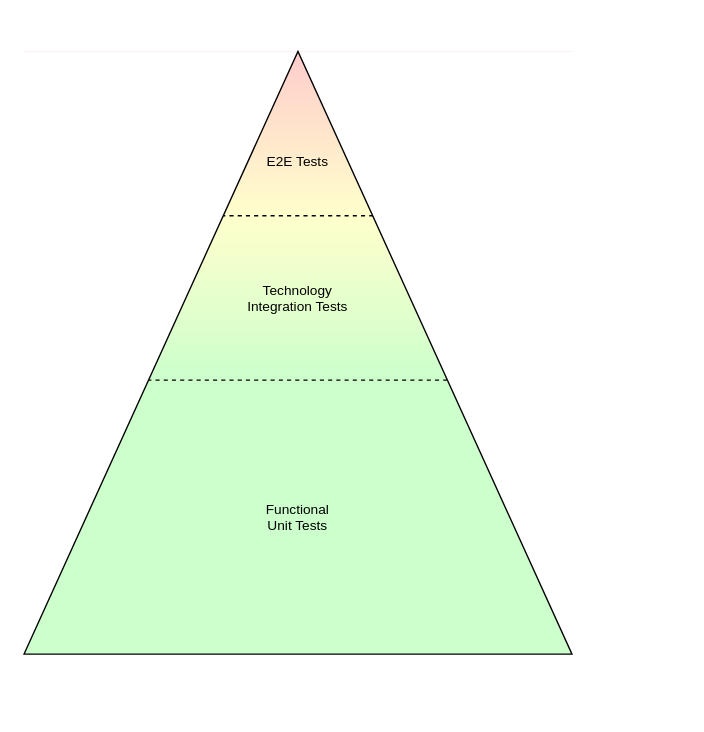
Above: assets/pyramide.drawio in test-automation-in-practice/cnt-spring-boot (draw.io), before the change. Source tidied: cells renumbered, new cells numbered last; positions are measured from the earlier drawing's top-left corner, leaving out a move shared by most shapes. Both pictures are drawn from the tidied source at 137%, with x=0, y=0 at pixel (23, 51).
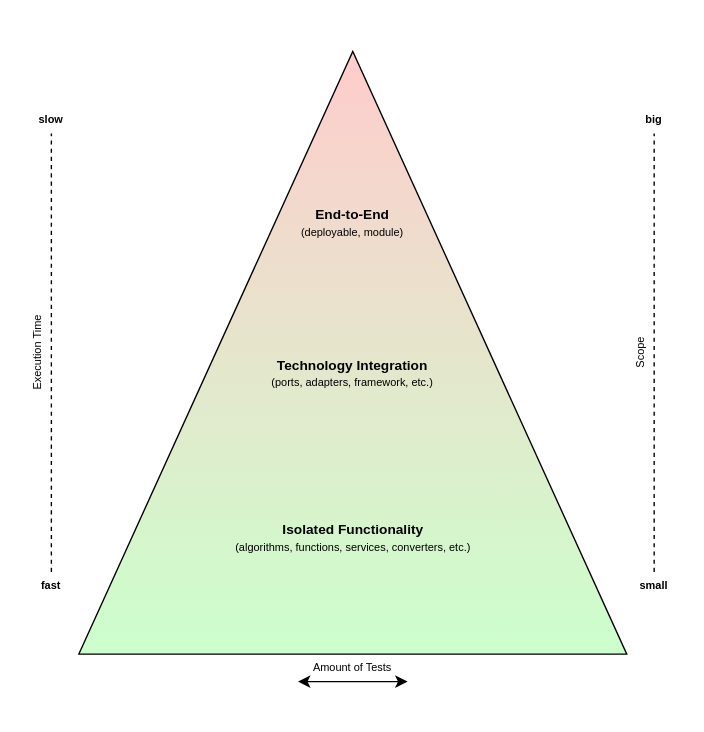
After the change.

Commit message (it also covers changes not shown here):
update spring boot pyramide

The edit, as a diff of the source:
```diff
@@
 <mxGraphModel>
   <root>
     <mxCell id="0" />
     <mxCell id="1" parent="0" />
-    <mxCell id="2" style="rounded=0;whiteSpace=wrap;html=1;strokeColor=none;fillColor=#FFCCCC;gradientColor=#FFFFCC;" parent="1" vertex="1">
-      <mxGeometry width="400" height="120" as="geometry" />
-    </mxCell>
-    <mxCell id="3" style="rounded=0;whiteSpace=wrap;html=1;strokeColor=none;fillColor=#FFFFCC;gradientColor=#CCFFCC;" parent="1" vertex="1">
-      <mxGeometry y="120" width="400" height="120" as="geometry" />
-    </mxCell>
-    <mxCell id="4" style="rounded=0;whiteSpace=wrap;html=1;strokeColor=none;gradientColor=#CCFFCC;fillColor=#CCFFCC;" parent="1" vertex="1">
-      <mxGeometry y="240" width="400" height="200" as="geometry" />
-    </mxCell>
-    <mxCell id="5" value="Functional &lt;br&gt;Unit Tests" style="text;html=1;strokeColor=none;fillColor=none;align=center;verticalAlign=middle;whiteSpace=wrap;rounded=0;fontSize=10;" parent="1" vertex="1">
-      <mxGeometry x="120" y="320" width="160" height="40" as="geometry" />
-    </mxCell>
-    <mxCell id="6" style="endArrow=none;dashed=1;html=1;" parent="1" edge="1">
-      <mxGeometry relative="1" as="geometry">
-        <mxPoint y="240" as="sourcePoint" />
-        <mxPoint x="400" y="240" as="targetPoint" />
-      </mxGeometry>
-    </mxCell>
-    <mxCell id="7" value="Technology&lt;br&gt;Integration Tests" style="text;html=1;strokeColor=none;fillColor=none;align=center;verticalAlign=middle;whiteSpace=wrap;rounded=0;fontSize=10;" parent="1" vertex="1">
-      <mxGeometry x="120" y="160" width="160" height="40" as="geometry" />
-    </mxCell>
-    <mxCell id="8" value="E2E Tests" style="text;html=1;strokeColor=none;fillColor=none;align=center;verticalAlign=middle;whiteSpace=wrap;rounded=0;fontSize=10;" parent="1" vertex="1">
-      <mxGeometry x="120" y="60" width="160" height="40" as="geometry" />
-    </mxCell>
-    <mxCell id="9" style="endArrow=none;dashed=1;html=1;" parent="1" edge="1">
-      <mxGeometry relative="1" as="geometry">
-        <mxPoint y="120" as="sourcePoint" />
-        <mxPoint x="400" y="120" as="targetPoint" />
-      </mxGeometry>
-    </mxCell>
-    <mxCell id="10" style="verticalLabelPosition=bottom;verticalAlign=top;html=1;shape=mxgraph.basic.obtuse_triangle;dx=0;rotation=-180;strokeColor=none;" parent="1" vertex="1">
-      <mxGeometry x="200" width="200" height="440" as="geometry" />
-    </mxCell>
-    <mxCell id="11" style="verticalLabelPosition=bottom;verticalAlign=top;html=1;shape=mxgraph.basic.obtuse_triangle;dx=0;rotation=-180;flipH=1;strokeColor=none;" parent="1" vertex="1">
-      <mxGeometry width="200" height="440" as="geometry" />
-    </mxCell>
-    <mxCell id="12" style="verticalLabelPosition=bottom;verticalAlign=top;html=1;shape=mxgraph.basic.acute_triangle;dx=0.5;fillColor=none;" parent="1" vertex="1">
-      <mxGeometry width="400" height="440" as="geometry" />
-    </mxCell>
+    <mxCell id="13" style="rounded=0;whiteSpace=wrap;html=1;fontSize=8;fillColor=#FFFFFF;gradientColor=none;gradientDirection=east;strokeColor=none;" parent="1" vertex="1">
+      <mxGeometry y="-20" width="480" height="500" as="geometry" />
+    </mxCell>
+    <mxCell id="14" style="triangle;whiteSpace=wrap;html=1;rotation=-90;gradientColor=#FFCCCC;gradientDirection=east;fillColor=#CCFFCC;" parent="1" vertex="1">
+      <mxGeometry x="20" y="20" width="440" height="400" as="geometry" />
+    </mxCell>
+    <mxCell id="15" value="&lt;b style=&quot;font-size: 10px;&quot;&gt;End-to-End&lt;/b&gt;&lt;br style=&quot;font-size: 10px;&quot;&gt;&lt;font style=&quot;font-size: 8px;&quot;&gt;(deployable, module)&lt;/font&gt;" style="text;html=1;strokeColor=none;fillColor=none;align=center;verticalAlign=middle;whiteSpace=wrap;rounded=0;fontSize=10;" parent="1" vertex="1">
+      <mxGeometry x="165" y="110" width="150" height="30" as="geometry" />
+    </mxCell>
+    <mxCell id="16" value="&lt;b style=&quot;font-size: 10px;&quot;&gt;Technology Integration&lt;/b&gt;&lt;br style=&quot;font-size: 10px;&quot;&gt;&lt;font style=&quot;font-size: 8px;&quot;&gt;(ports, adapters, framework, etc.)&lt;/font&gt;" style="text;html=1;strokeColor=none;fillColor=none;align=center;verticalAlign=middle;whiteSpace=wrap;rounded=0;fontSize=10;" parent="1" vertex="1">
+      <mxGeometry x="165" y="220" width="150" height="30" as="geometry" />
+    </mxCell>
+    <mxCell id="17" value="&lt;b style=&quot;font-size: 10px;&quot;&gt;Isolated Functionality&lt;/b&gt;&lt;br style=&quot;font-size: 10px;&quot;&gt;&lt;font style=&quot;font-size: 8px;&quot;&gt;(algorithms, functions, services, converters, etc.)&lt;/font&gt;" style="text;html=1;strokeColor=none;fillColor=none;align=center;verticalAlign=middle;whiteSpace=wrap;rounded=0;fontSize=10;" parent="1" vertex="1">
+      <mxGeometry x="137.5" y="340" width="205" height="30" as="geometry" />
+    </mxCell>
+    <mxCell id="18" style="endArrow=none;html=1;rounded=0;fontSize=8;exitX=0.5;exitY=0;exitDx=0;exitDy=0;entryX=0.5;entryY=1;entryDx=0;entryDy=0;startArrow=none;startFill=0;dashed=1;endFill=0;" parent="1" edge="1" source="21" target="22">
+      <mxGeometry relative="1" as="geometry" />
+    </mxCell>
+    <mxCell id="19" value="Amount of Tests" style="text;html=1;strokeColor=none;fillColor=none;align=center;verticalAlign=middle;whiteSpace=wrap;rounded=0;fontSize=8;" parent="1" vertex="1">
+      <mxGeometry x="200" y="440" width="80" height="20" as="geometry" />
+    </mxCell>
+    <mxCell id="20" style="endArrow=classic;startArrow=classic;html=1;rounded=0;fontSize=8;" parent="1" edge="1">
+      <mxGeometry relative="1" as="geometry">
+        <mxPoint x="200" y="460" as="sourcePoint" />
+        <mxPoint x="280" y="460" as="targetPoint" />
+      </mxGeometry>
+    </mxCell>
+    <mxCell id="21" value="fast" style="text;html=1;strokeColor=none;fillColor=none;align=center;verticalAlign=middle;whiteSpace=wrap;rounded=0;fontSize=8;fontStyle=1;" parent="1" vertex="1">
+      <mxGeometry y="380" width="40" height="20" as="geometry" />
+    </mxCell>
+    <mxCell id="22" value="slow" style="text;html=1;strokeColor=none;fillColor=none;align=center;verticalAlign=middle;whiteSpace=wrap;rounded=0;fontSize=8;fontStyle=1;" parent="1" vertex="1">
+      <mxGeometry y="40" width="40" height="20" as="geometry" />
+    </mxCell>
+    <mxCell id="23" value="big" style="text;html=1;strokeColor=none;fillColor=none;align=center;verticalAlign=middle;whiteSpace=wrap;rounded=0;fontSize=8;fontStyle=1;" parent="1" vertex="1">
+      <mxGeometry x="440" y="40" width="40" height="20" as="geometry" />
+    </mxCell>
+    <mxCell id="24" value="small" style="text;html=1;strokeColor=none;fillColor=none;align=center;verticalAlign=middle;whiteSpace=wrap;rounded=0;fontSize=8;fontStyle=1;" parent="1" vertex="1">
+      <mxGeometry x="440" y="380" width="40" height="20" as="geometry" />
+    </mxCell>
+    <mxCell id="25" style="endArrow=none;html=1;rounded=0;fontSize=8;exitX=0.5;exitY=0;exitDx=0;exitDy=0;entryX=0.5;entryY=1;entryDx=0;entryDy=0;startArrow=none;startFill=0;dashed=1;endFill=0;" parent="1" edge="1" source="24" target="23">
+      <mxGeometry relative="1" as="geometry" />
+    </mxCell>
+    <mxCell id="26" value="Scope" style="text;html=1;strokeColor=none;fillColor=none;align=center;verticalAlign=middle;whiteSpace=wrap;rounded=0;fontSize=8;rotation=-90;" parent="1" vertex="1">
+      <mxGeometry x="410" y="210" width="80" height="20" as="geometry" />
+    </mxCell>
+    <mxCell id="27" value="Execution Time" style="text;html=1;strokeColor=none;fillColor=none;align=center;verticalAlign=middle;whiteSpace=wrap;rounded=0;fontSize=8;rotation=-90;" parent="1" vertex="1">
+      <mxGeometry x="-30" y="210" width="80" height="20" as="geometry" />
+    </mxCell>
   </root>
 </mxGraphModel>
```
